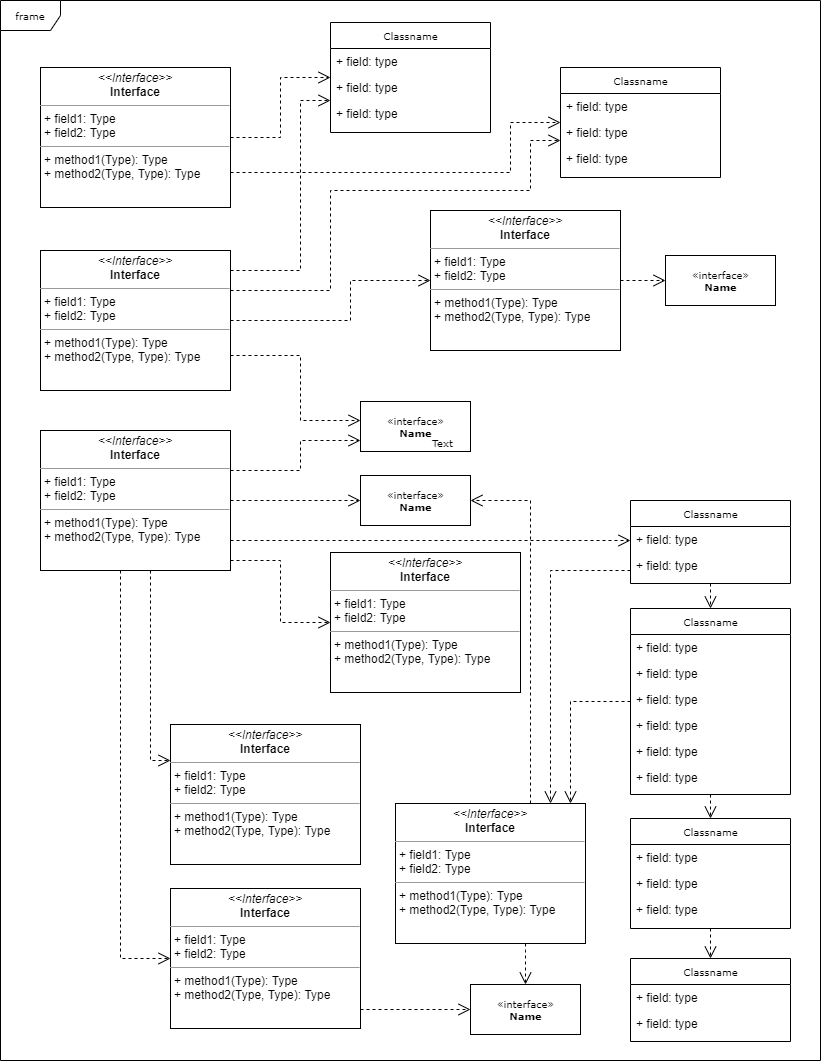
This is концептуальная модель.png from rezelput/TrainOrgnz, a draw.io export, as it was before one commit. Source tidied: cells renumbered, new cells last; positions are measured from the earlier drawing's top-left corner, leaving out a move shared by most shapes.
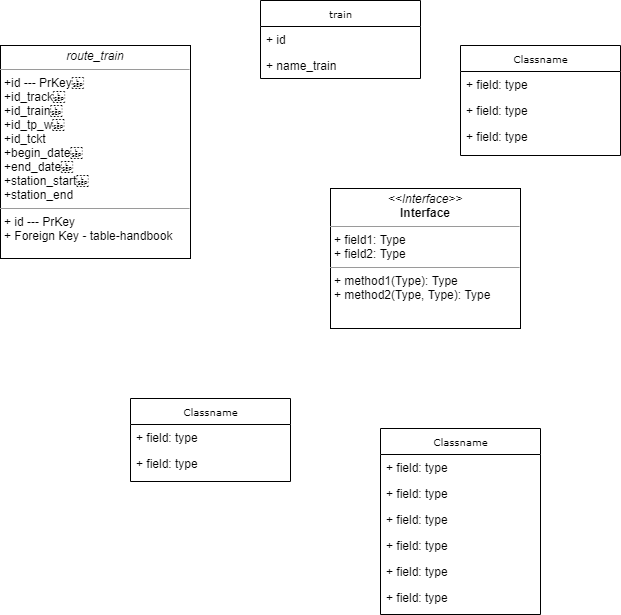
After the commit.

Diff of the diagram source:
```diff
@@ -4,17 +4,4 @@
     <mxCell id="1" parent="0" />
-    <mxCell id="2" value="frame" style="shape=umlFrame;whiteSpace=wrap;html=1;rounded=0;shadow=0;comic=0;labelBackgroundColor=none;strokeWidth=1;fontFamily=Verdana;fontSize=10;align=center;" parent="1" vertex="1">
-      <mxGeometry width="820" height="1060" as="geometry" />
-    </mxCell>
-    <mxCell id="3" style="edgeStyle=orthogonalEdgeStyle;rounded=0;html=1;dashed=1;labelBackgroundColor=none;startFill=0;endArrow=open;endFill=0;endSize=10;fontFamily=Verdana;fontSize=10;" parent="1" edge="1" source="5" target="35">
-      <mxGeometry relative="1" as="geometry">
-        <Array as="points">
-          <mxPoint x="570" y="701" />
-        </Array>
-      </mxGeometry>
-    </mxCell>
-    <mxCell id="4" style="edgeStyle=orthogonalEdgeStyle;rounded=0;html=1;dashed=1;labelBackgroundColor=none;startFill=0;endArrow=open;endFill=0;endSize=10;fontFamily=Verdana;fontSize=10;" parent="1" edge="1" source="5" target="24">
-      <mxGeometry relative="1" as="geometry" />
-    </mxCell>
     <mxCell id="5" value="Classname" style="swimlane;html=1;fontStyle=0;horizontal=1;startSize=26;fillColor=none;swimlaneFillColor=#ffffff;rounded=0;shadow=0;comic=0;labelBackgroundColor=none;strokeWidth=1;fontFamily=Verdana;fontSize=10;align=center;" parent="1" vertex="1">
-      <mxGeometry x="630" y="608" width="160" height="186" as="geometry" />
+      <mxGeometry x="480" y="450" width="160" height="186" as="geometry" />
     </mxCell>
@@ -38,14 +25,11 @@
     </mxCell>
-    <mxCell id="12" value="Classname" style="swimlane;html=1;fontStyle=0;horizontal=1;startSize=26;fillColor=none;swimlaneFillColor=#ffffff;rounded=0;shadow=0;comic=0;labelBackgroundColor=none;strokeWidth=1;fontFamily=Verdana;fontSize=10;align=center;" parent="1" vertex="1">
-      <mxGeometry x="330" y="22" width="160" height="110" as="geometry" />
+    <mxCell id="12" value="train" style="swimlane;html=1;fontStyle=0;horizontal=1;startSize=26;fillColor=none;swimlaneFillColor=#ffffff;rounded=0;shadow=0;comic=0;labelBackgroundColor=none;strokeWidth=1;fontFamily=Verdana;fontSize=10;align=center;" parent="1" vertex="1">
+      <mxGeometry x="360" y="22" width="160" height="78" as="geometry" />
     </mxCell>
-    <mxCell id="13" value="+ field: type" style="text;html=1;strokeColor=none;fillColor=none;align=left;verticalAlign=top;spacingLeft=4;spacingRight=4;whiteSpace=wrap;overflow=hidden;" parent="12" vertex="1">
+    <mxCell id="13" value="+ id" style="text;html=1;strokeColor=none;fillColor=none;align=left;verticalAlign=top;spacingLeft=4;spacingRight=4;whiteSpace=wrap;overflow=hidden;" parent="12" vertex="1">
       <mxGeometry y="26" width="160" height="26" as="geometry" />
     </mxCell>
-    <mxCell id="14" value="+ field: type" style="text;html=1;strokeColor=none;fillColor=none;align=left;verticalAlign=top;spacingLeft=4;spacingRight=4;whiteSpace=wrap;overflow=hidden;" parent="12" vertex="1">
+    <mxCell id="14" value="+ name_train" style="text;html=1;strokeColor=none;fillColor=none;align=left;verticalAlign=top;spacingLeft=4;spacingRight=4;whiteSpace=wrap;overflow=hidden;" parent="12" vertex="1">
       <mxGeometry y="52" width="160" height="26" as="geometry" />
     </mxCell>
-    <mxCell id="15" value="+ field: type" style="text;html=1;strokeColor=none;fillColor=none;align=left;verticalAlign=top;spacingLeft=4;spacingRight=4;whiteSpace=wrap;overflow=hidden;" parent="12" vertex="1">
-      <mxGeometry y="78" width="160" height="26" as="geometry" />
-    </mxCell>
     <mxCell id="16" value="Classname" style="swimlane;html=1;fontStyle=0;horizontal=1;startSize=26;fillColor=none;swimlaneFillColor=#ffffff;rounded=0;shadow=0;comic=0;labelBackgroundColor=none;strokeWidth=1;fontFamily=Verdana;fontSize=10;align=center;" parent="1" vertex="1">
@@ -62,31 +46,4 @@
     </mxCell>
-    <mxCell id="20" value="Classname" style="swimlane;html=1;fontStyle=0;horizontal=1;startSize=26;fillColor=none;swimlaneFillColor=#ffffff;rounded=0;shadow=0;comic=0;labelBackgroundColor=none;strokeWidth=1;fontFamily=Verdana;fontSize=10;align=center;" parent="1" vertex="1">
-      <mxGeometry x="630" y="958" width="160" height="83" as="geometry" />
-    </mxCell>
-    <mxCell id="21" value="+ field: type" style="text;html=1;strokeColor=none;fillColor=none;align=left;verticalAlign=top;spacingLeft=4;spacingRight=4;whiteSpace=wrap;overflow=hidden;" parent="20" vertex="1">
-      <mxGeometry y="26" width="160" height="26" as="geometry" />
-    </mxCell>
-    <mxCell id="22" value="+ field: type" style="text;html=1;strokeColor=none;fillColor=none;align=left;verticalAlign=top;spacingLeft=4;spacingRight=4;whiteSpace=wrap;overflow=hidden;" parent="20" vertex="1">
-      <mxGeometry y="52" width="160" height="26" as="geometry" />
-    </mxCell>
-    <mxCell id="23" style="edgeStyle=orthogonalEdgeStyle;rounded=0;html=1;dashed=1;labelBackgroundColor=none;startFill=0;endArrow=open;endFill=0;endSize=10;fontFamily=Verdana;fontSize=10;" parent="1" edge="1" source="24" target="20">
-      <mxGeometry relative="1" as="geometry" />
-    </mxCell>
-    <mxCell id="24" value="Classname" style="swimlane;html=1;fontStyle=0;horizontal=1;startSize=26;fillColor=none;swimlaneFillColor=#ffffff;rounded=0;shadow=0;comic=0;labelBackgroundColor=none;strokeWidth=1;fontFamily=Verdana;fontSize=10;align=center;" parent="1" vertex="1">
-      <mxGeometry x="630" y="818" width="160" height="110" as="geometry" />
-    </mxCell>
-    <mxCell id="25" value="+ field: type" style="text;html=1;strokeColor=none;fillColor=none;align=left;verticalAlign=top;spacingLeft=4;spacingRight=4;whiteSpace=wrap;overflow=hidden;" parent="24" vertex="1">
-      <mxGeometry y="26" width="160" height="26" as="geometry" />
-    </mxCell>
-    <mxCell id="26" value="+ field: type" style="text;html=1;strokeColor=none;fillColor=none;align=left;verticalAlign=top;spacingLeft=4;spacingRight=4;whiteSpace=wrap;overflow=hidden;" parent="24" vertex="1">
-      <mxGeometry y="52" width="160" height="26" as="geometry" />
-    </mxCell>
-    <mxCell id="27" value="+ field: type" style="text;html=1;strokeColor=none;fillColor=none;align=left;verticalAlign=top;spacingLeft=4;spacingRight=4;whiteSpace=wrap;overflow=hidden;" parent="24" vertex="1">
-      <mxGeometry y="78" width="160" height="26" as="geometry" />
-    </mxCell>
-    <mxCell id="28" style="edgeStyle=orthogonalEdgeStyle;rounded=0;html=1;dashed=1;labelBackgroundColor=none;startFill=0;endArrow=open;endFill=0;endSize=10;fontFamily=Verdana;fontSize=10;" parent="1" edge="1" source="29" target="5">
-      <mxGeometry relative="1" as="geometry" />
-    </mxCell>
     <mxCell id="29" value="Classname" style="swimlane;html=1;fontStyle=0;horizontal=1;startSize=26;fillColor=none;swimlaneFillColor=#ffffff;rounded=0;shadow=0;comic=0;labelBackgroundColor=none;strokeWidth=1;fontFamily=Verdana;fontSize=10;align=center;" parent="1" vertex="1">
-      <mxGeometry x="630" y="500" width="160" height="83" as="geometry" />
+      <mxGeometry x="230" y="420" width="160" height="83" as="geometry" />
     </mxCell>
@@ -98,49 +55,2 @@
     </mxCell>
-    <mxCell id="32" value="&amp;laquo;interface&amp;raquo;&lt;br&gt;&lt;b&gt;Name&lt;/b&gt;" style="html=1;rounded=0;shadow=0;comic=0;labelBackgroundColor=none;strokeWidth=1;fontFamily=Verdana;fontSize=10;align=center;" parent="1" vertex="1">
-      <mxGeometry x="470" y="984" width="110" height="50" as="geometry" />
-    </mxCell>
-    <mxCell id="33" style="edgeStyle=orthogonalEdgeStyle;rounded=0;html=1;dashed=1;labelBackgroundColor=none;startFill=0;endArrow=open;endFill=0;endSize=10;fontFamily=Verdana;fontSize=10;" parent="1" edge="1" source="35" target="32">
-      <mxGeometry relative="1" as="geometry">
-        <Array as="points">
-          <mxPoint x="525" y="950" />
-          <mxPoint x="525" y="950" />
-        </Array>
-      </mxGeometry>
-    </mxCell>
-    <mxCell id="34" style="edgeStyle=orthogonalEdgeStyle;rounded=0;html=1;dashed=1;labelBackgroundColor=none;startFill=0;endArrow=open;endFill=0;endSize=10;fontFamily=Verdana;fontSize=10;" parent="1" edge="1" source="35" target="40">
-      <mxGeometry relative="1" as="geometry">
-        <Array as="points">
-          <mxPoint x="530" y="500" />
-        </Array>
-      </mxGeometry>
-    </mxCell>
-    <mxCell id="35" value="&lt;p style=&quot;margin:0px;margin-top:4px;text-align:center;&quot;&gt;&lt;i&gt;&amp;lt;&amp;lt;Interface&amp;gt;&amp;gt;&lt;/i&gt;&lt;br/&gt;&lt;b&gt;Interface&lt;/b&gt;&lt;/p&gt;&lt;hr size=&quot;1&quot;/&gt;&lt;p style=&quot;margin:0px;margin-left:4px;&quot;&gt;+ field1: Type&lt;br/&gt;+ field2: Type&lt;/p&gt;&lt;hr size=&quot;1&quot;/&gt;&lt;p style=&quot;margin:0px;margin-left:4px;&quot;&gt;+ method1(Type): Type&lt;br/&gt;+ method2(Type, Type): Type&lt;/p&gt;" style="verticalAlign=top;align=left;overflow=fill;fontSize=12;fontFamily=Helvetica;html=1;rounded=0;shadow=0;comic=0;labelBackgroundColor=none;strokeWidth=1;" parent="1" vertex="1">
-      <mxGeometry x="395" y="803" width="190" height="140" as="geometry" />
-    </mxCell>
-    <mxCell id="36" value="&lt;p style=&quot;margin:0px;margin-top:4px;text-align:center;&quot;&gt;&lt;i&gt;&amp;lt;&amp;lt;Interface&amp;gt;&amp;gt;&lt;/i&gt;&lt;br/&gt;&lt;b&gt;Interface&lt;/b&gt;&lt;/p&gt;&lt;hr size=&quot;1&quot;/&gt;&lt;p style=&quot;margin:0px;margin-left:4px;&quot;&gt;+ field1: Type&lt;br/&gt;+ field2: Type&lt;/p&gt;&lt;hr size=&quot;1&quot;/&gt;&lt;p style=&quot;margin:0px;margin-left:4px;&quot;&gt;+ method1(Type): Type&lt;br/&gt;+ method2(Type, Type): Type&lt;/p&gt;" style="verticalAlign=top;align=left;overflow=fill;fontSize=12;fontFamily=Helvetica;html=1;rounded=0;shadow=0;comic=0;labelBackgroundColor=none;strokeWidth=1;" parent="1" vertex="1">
-      <mxGeometry x="330" y="552" width="190" height="140" as="geometry" />
-    </mxCell>
-    <mxCell id="37" style="edgeStyle=orthogonalEdgeStyle;rounded=0;html=1;dashed=1;labelBackgroundColor=none;startFill=0;endArrow=open;endFill=0;endSize=10;fontFamily=Verdana;fontSize=10;" parent="1" edge="1" source="38" target="32">
-      <mxGeometry relative="1" as="geometry">
-        <Array as="points">
-          <mxPoint x="390" y="1009" />
-          <mxPoint x="390" y="1009" />
-        </Array>
-      </mxGeometry>
-    </mxCell>
-    <mxCell id="38" value="&lt;p style=&quot;margin:0px;margin-top:4px;text-align:center;&quot;&gt;&lt;i&gt;&amp;lt;&amp;lt;Interface&amp;gt;&amp;gt;&lt;/i&gt;&lt;br/&gt;&lt;b&gt;Interface&lt;/b&gt;&lt;/p&gt;&lt;hr size=&quot;1&quot;/&gt;&lt;p style=&quot;margin:0px;margin-left:4px;&quot;&gt;+ field1: Type&lt;br/&gt;+ field2: Type&lt;/p&gt;&lt;hr size=&quot;1&quot;/&gt;&lt;p style=&quot;margin:0px;margin-left:4px;&quot;&gt;+ method1(Type): Type&lt;br/&gt;+ method2(Type, Type): Type&lt;/p&gt;" style="verticalAlign=top;align=left;overflow=fill;fontSize=12;fontFamily=Helvetica;html=1;rounded=0;shadow=0;comic=0;labelBackgroundColor=none;strokeWidth=1;" parent="1" vertex="1">
-      <mxGeometry x="170" y="888" width="190" height="140" as="geometry" />
-    </mxCell>
-    <mxCell id="39" value="&lt;p style=&quot;margin:0px;margin-top:4px;text-align:center;&quot;&gt;&lt;i&gt;&amp;lt;&amp;lt;Interface&amp;gt;&amp;gt;&lt;/i&gt;&lt;br/&gt;&lt;b&gt;Interface&lt;/b&gt;&lt;/p&gt;&lt;hr size=&quot;1&quot;/&gt;&lt;p style=&quot;margin:0px;margin-left:4px;&quot;&gt;+ field1: Type&lt;br/&gt;+ field2: Type&lt;/p&gt;&lt;hr size=&quot;1&quot;/&gt;&lt;p style=&quot;margin:0px;margin-left:4px;&quot;&gt;+ method1(Type): Type&lt;br/&gt;+ method2(Type, Type): Type&lt;/p&gt;" style="verticalAlign=top;align=left;overflow=fill;fontSize=12;fontFamily=Helvetica;html=1;rounded=0;shadow=0;comic=0;labelBackgroundColor=none;strokeWidth=1;" parent="1" vertex="1">
-      <mxGeometry x="170" y="724" width="190" height="140" as="geometry" />
-    </mxCell>
-    <mxCell id="40" value="&amp;laquo;interface&amp;raquo;&lt;br&gt;&lt;b&gt;Name&lt;/b&gt;" style="html=1;rounded=0;shadow=0;comic=0;labelBackgroundColor=none;strokeWidth=1;fontFamily=Verdana;fontSize=10;align=center;" parent="1" vertex="1">
-      <mxGeometry x="360" y="475" width="110" height="50" as="geometry" />
-    </mxCell>
-    <mxCell id="41" value="&amp;laquo;interface&amp;raquo;&lt;br&gt;&lt;b&gt;Name&lt;/b&gt;" style="html=1;rounded=0;shadow=0;comic=0;labelBackgroundColor=none;strokeWidth=1;fontFamily=Verdana;fontSize=10;align=center;" parent="1" vertex="1">
-      <mxGeometry x="360" y="401" width="110" height="50" as="geometry" />
-    </mxCell>
-    <mxCell id="42" style="edgeStyle=orthogonalEdgeStyle;rounded=0;html=1;dashed=1;labelBackgroundColor=none;startFill=0;endArrow=open;endFill=0;endSize=10;fontFamily=Verdana;fontSize=10;" parent="1" edge="1" source="43" target="45">
-      <mxGeometry relative="1" as="geometry" />
-    </mxCell>
     <mxCell id="43" value="&lt;p style=&quot;margin:0px;margin-top:4px;text-align:center;&quot;&gt;&lt;i&gt;&amp;lt;&amp;lt;Interface&amp;gt;&amp;gt;&lt;/i&gt;&lt;br/&gt;&lt;b&gt;Interface&lt;/b&gt;&lt;/p&gt;&lt;hr size=&quot;1&quot;/&gt;&lt;p style=&quot;margin:0px;margin-left:4px;&quot;&gt;+ field1: Type&lt;br/&gt;+ field2: Type&lt;/p&gt;&lt;hr size=&quot;1&quot;/&gt;&lt;p style=&quot;margin:0px;margin-left:4px;&quot;&gt;+ method1(Type): Type&lt;br/&gt;+ method2(Type, Type): Type&lt;/p&gt;" style="verticalAlign=top;align=left;overflow=fill;fontSize=12;fontFamily=Helvetica;html=1;rounded=0;shadow=0;comic=0;labelBackgroundColor=none;strokeWidth=1;" parent="1" vertex="1">
@@ -148,110 +58,5 @@
     </mxCell>
-    <mxCell id="44" value="Text" style="text;html=1;align=left;verticalAlign=top;spacingTop=-4;fontSize=10;fontFamily=Verdana;fontColor=#000000;" parent="1" vertex="1">
-      <mxGeometry x="430" y="434" width="40" height="10" as="geometry" />
-    </mxCell>
-    <mxCell id="45" value="&amp;laquo;interface&amp;raquo;&lt;br&gt;&lt;b&gt;Name&lt;/b&gt;" style="html=1;rounded=0;shadow=0;comic=0;labelBackgroundColor=none;strokeWidth=1;fontFamily=Verdana;fontSize=10;align=center;" parent="1" vertex="1">
-      <mxGeometry x="665" y="255" width="110" height="50" as="geometry" />
-    </mxCell>
-    <mxCell id="46" style="edgeStyle=orthogonalEdgeStyle;rounded=0;html=1;labelBackgroundColor=none;startFill=0;endArrow=open;endFill=0;endSize=10;fontFamily=Verdana;fontSize=10;dashed=1;" parent="1" edge="1" source="48" target="12">
-      <mxGeometry relative="1" as="geometry" />
-    </mxCell>
-    <mxCell id="47" style="edgeStyle=orthogonalEdgeStyle;rounded=0;html=1;exitX=1;exitY=0.75;dashed=1;labelBackgroundColor=none;startFill=0;endArrow=open;endFill=0;endSize=10;fontFamily=Verdana;fontSize=10;" parent="1" edge="1" source="48" target="16">
-      <mxGeometry relative="1" as="geometry">
-        <Array as="points">
-          <mxPoint x="510" y="172" />
-          <mxPoint x="510" y="122" />
-        </Array>
-      </mxGeometry>
-    </mxCell>
-    <mxCell id="48" value="&lt;p style=&quot;margin:0px;margin-top:4px;text-align:center;&quot;&gt;&lt;i&gt;&amp;lt;&amp;lt;Interface&amp;gt;&amp;gt;&lt;/i&gt;&lt;br/&gt;&lt;b&gt;Interface&lt;/b&gt;&lt;/p&gt;&lt;hr size=&quot;1&quot;/&gt;&lt;p style=&quot;margin:0px;margin-left:4px;&quot;&gt;+ field1: Type&lt;br/&gt;+ field2: Type&lt;/p&gt;&lt;hr size=&quot;1&quot;/&gt;&lt;p style=&quot;margin:0px;margin-left:4px;&quot;&gt;+ method1(Type): Type&lt;br/&gt;+ method2(Type, Type): Type&lt;/p&gt;" style="verticalAlign=top;align=left;overflow=fill;fontSize=12;fontFamily=Helvetica;html=1;rounded=0;shadow=0;comic=0;labelBackgroundColor=none;strokeWidth=1;" parent="1" vertex="1">
-      <mxGeometry x="40" y="67" width="190" height="140" as="geometry" />
+    <mxCell id="48" value="&lt;p style=&quot;margin: 0px ; margin-top: 4px ; text-align: center&quot;&gt;&lt;i&gt;route_train&lt;/i&gt;&lt;/p&gt;&lt;hr size=&quot;1&quot;&gt;&lt;p style=&quot;margin: 0px ; margin-left: 4px&quot;&gt;+i&lt;span&gt;d --- PrKey &lt;/span&gt;&lt;/p&gt;&lt;p style=&quot;margin: 0px ; margin-left: 4px&quot;&gt;&lt;span&gt;+id_track &lt;/span&gt;&lt;/p&gt;&lt;p style=&quot;margin: 0px ; margin-left: 4px&quot;&gt;&lt;span&gt;+id_train &lt;/span&gt;&lt;/p&gt;&lt;p style=&quot;margin: 0px ; margin-left: 4px&quot;&gt;&lt;span&gt;+id_tp_w &lt;/span&gt;&lt;/p&gt;&lt;p style=&quot;margin: 0px ; margin-left: 4px&quot;&gt;&lt;span&gt;+id_tckt&lt;/span&gt;&lt;/p&gt;&lt;p style=&quot;margin: 0px ; margin-left: 4px&quot;&gt;+begin_date &lt;/p&gt;&lt;p style=&quot;margin: 0px ; margin-left: 4px&quot;&gt;+end_date &lt;/p&gt;&lt;p style=&quot;margin: 0px ; margin-left: 4px&quot;&gt;+station_start &lt;/p&gt;&lt;p style=&quot;margin: 0px ; margin-left: 4px&quot;&gt;+station_end&lt;/p&gt;&lt;hr size=&quot;1&quot;&gt;&lt;p style=&quot;margin: 0px ; margin-left: 4px&quot;&gt;+ id --- PrKey&lt;br&gt;+ Foreign Key - table-handbook&amp;nbsp;&lt;/p&gt;" style="verticalAlign=top;align=left;overflow=fill;fontSize=12;fontFamily=Helvetica;html=1;rounded=0;shadow=0;comic=0;labelBackgroundColor=none;strokeWidth=1;" parent="1" vertex="1">
+      <mxGeometry x="100" y="67" width="190" height="213" as="geometry" />
     </mxCell>
-    <mxCell id="49" style="edgeStyle=orthogonalEdgeStyle;rounded=0;html=1;dashed=1;labelBackgroundColor=none;startFill=0;endArrow=open;endFill=0;endSize=10;fontFamily=Verdana;fontSize=10;" parent="1" edge="1" source="53" target="12">
-      <mxGeometry relative="1" as="geometry">
-        <Array as="points">
-          <mxPoint x="300" y="270" />
-          <mxPoint x="300" y="100" />
-        </Array>
-      </mxGeometry>
-    </mxCell>
-    <mxCell id="50" style="edgeStyle=orthogonalEdgeStyle;rounded=0;html=1;dashed=1;labelBackgroundColor=none;startFill=0;endArrow=open;endFill=0;endSize=10;fontFamily=Verdana;fontSize=10;" parent="1" edge="1" source="53" target="16">
-      <mxGeometry relative="1" as="geometry">
-        <Array as="points">
-          <mxPoint x="330" y="290" />
-          <mxPoint x="330" y="190" />
-          <mxPoint x="530" y="190" />
-          <mxPoint x="530" y="140" />
-        </Array>
-      </mxGeometry>
-    </mxCell>
-    <mxCell id="51" style="edgeStyle=orthogonalEdgeStyle;rounded=0;html=1;dashed=1;labelBackgroundColor=none;startFill=0;endArrow=open;endFill=0;endSize=10;fontFamily=Verdana;fontSize=10;" parent="1" edge="1" source="53" target="43">
-      <mxGeometry relative="1" as="geometry">
-        <Array as="points">
-          <mxPoint x="350" y="320" />
-          <mxPoint x="350" y="280" />
-        </Array>
-      </mxGeometry>
-    </mxCell>
-    <mxCell id="52" style="edgeStyle=orthogonalEdgeStyle;rounded=0;html=1;exitX=1;exitY=0.75;dashed=1;labelBackgroundColor=none;startFill=0;endArrow=open;endFill=0;endSize=10;fontFamily=Verdana;fontSize=10;" parent="1" edge="1" source="53" target="41">
-      <mxGeometry relative="1" as="geometry">
-        <Array as="points">
-          <mxPoint x="300" y="355" />
-          <mxPoint x="300" y="420" />
-        </Array>
-      </mxGeometry>
-    </mxCell>
-    <mxCell id="53" value="&lt;p style=&quot;margin:0px;margin-top:4px;text-align:center;&quot;&gt;&lt;i&gt;&amp;lt;&amp;lt;Interface&amp;gt;&amp;gt;&lt;/i&gt;&lt;br/&gt;&lt;b&gt;Interface&lt;/b&gt;&lt;/p&gt;&lt;hr size=&quot;1&quot;/&gt;&lt;p style=&quot;margin:0px;margin-left:4px;&quot;&gt;+ field1: Type&lt;br/&gt;+ field2: Type&lt;/p&gt;&lt;hr size=&quot;1&quot;/&gt;&lt;p style=&quot;margin:0px;margin-left:4px;&quot;&gt;+ method1(Type): Type&lt;br/&gt;+ method2(Type, Type): Type&lt;/p&gt;" style="verticalAlign=top;align=left;overflow=fill;fontSize=12;fontFamily=Helvetica;html=1;rounded=0;shadow=0;comic=0;labelBackgroundColor=none;strokeWidth=1;" parent="1" vertex="1">
-      <mxGeometry x="40" y="250" width="190" height="140" as="geometry" />
-    </mxCell>
-    <mxCell id="54" style="edgeStyle=orthogonalEdgeStyle;rounded=0;html=1;dashed=1;labelBackgroundColor=none;startFill=0;endArrow=open;endFill=0;endSize=10;fontFamily=Verdana;fontSize=10;" parent="1" edge="1" source="60" target="41">
-      <mxGeometry relative="1" as="geometry">
-        <Array as="points">
-          <mxPoint x="300" y="470" />
-          <mxPoint x="300" y="440" />
-        </Array>
-      </mxGeometry>
-    </mxCell>
-    <mxCell id="55" style="edgeStyle=orthogonalEdgeStyle;rounded=0;html=1;dashed=1;labelBackgroundColor=none;startFill=0;endArrow=open;endFill=0;endSize=10;fontFamily=Verdana;fontSize=10;" parent="1" edge="1" source="60" target="40">
-      <mxGeometry relative="1" as="geometry" />
-    </mxCell>
-    <mxCell id="56" style="edgeStyle=orthogonalEdgeStyle;rounded=0;html=1;dashed=1;labelBackgroundColor=none;startFill=0;endArrow=open;endFill=0;endSize=10;fontFamily=Verdana;fontSize=10;" parent="1" edge="1" source="60" target="36">
-      <mxGeometry relative="1" as="geometry">
-        <Array as="points">
-          <mxPoint x="280" y="560" />
-          <mxPoint x="280" y="622" />
-        </Array>
-      </mxGeometry>
-    </mxCell>
-    <mxCell id="57" style="edgeStyle=orthogonalEdgeStyle;rounded=0;html=1;dashed=1;labelBackgroundColor=none;startFill=0;endArrow=open;endFill=0;endSize=10;fontFamily=Verdana;fontSize=10;" parent="1" edge="1" source="60" target="29">
-      <mxGeometry relative="1" as="geometry">
-        <Array as="points">
-          <mxPoint x="330" y="540" />
-          <mxPoint x="330" y="540" />
-        </Array>
-      </mxGeometry>
-    </mxCell>
-    <mxCell id="58" style="edgeStyle=orthogonalEdgeStyle;rounded=0;html=1;dashed=1;labelBackgroundColor=none;startFill=0;endArrow=open;endFill=0;endSize=10;fontFamily=Verdana;fontSize=10;" parent="1" edge="1" source="60" target="39">
-      <mxGeometry relative="1" as="geometry">
-        <Array as="points">
-          <mxPoint x="150" y="760" />
-        </Array>
-      </mxGeometry>
-    </mxCell>
-    <mxCell id="59" style="edgeStyle=orthogonalEdgeStyle;rounded=0;html=1;dashed=1;labelBackgroundColor=none;startFill=0;endArrow=open;endFill=0;endSize=10;fontFamily=Verdana;fontSize=10;" parent="1" edge="1" source="60" target="38">
-      <mxGeometry relative="1" as="geometry">
-        <Array as="points">
-          <mxPoint x="120" y="958" />
-        </Array>
-      </mxGeometry>
-    </mxCell>
-    <mxCell id="60" value="&lt;p style=&quot;margin:0px;margin-top:4px;text-align:center;&quot;&gt;&lt;i&gt;&amp;lt;&amp;lt;Interface&amp;gt;&amp;gt;&lt;/i&gt;&lt;br/&gt;&lt;b&gt;Interface&lt;/b&gt;&lt;/p&gt;&lt;hr size=&quot;1&quot;/&gt;&lt;p style=&quot;margin:0px;margin-left:4px;&quot;&gt;+ field1: Type&lt;br/&gt;+ field2: Type&lt;/p&gt;&lt;hr size=&quot;1&quot;/&gt;&lt;p style=&quot;margin:0px;margin-left:4px;&quot;&gt;+ method1(Type): Type&lt;br/&gt;+ method2(Type, Type): Type&lt;/p&gt;" style="verticalAlign=top;align=left;overflow=fill;fontSize=12;fontFamily=Helvetica;html=1;rounded=0;shadow=0;comic=0;labelBackgroundColor=none;strokeWidth=1;" parent="1" vertex="1">
-      <mxGeometry x="40" y="430" width="190" height="140" as="geometry" />
-    </mxCell>
-    <mxCell id="61" style="edgeStyle=orthogonalEdgeStyle;rounded=0;html=1;dashed=1;labelBackgroundColor=none;startFill=0;endArrow=open;endFill=0;endSize=10;fontFamily=Verdana;fontSize=10;" parent="1" edge="1" source="29" target="35">
-      <mxGeometry relative="1" as="geometry">
-        <Array as="points">
-          <mxPoint x="550" y="570" />
-        </Array>
-      </mxGeometry>
-    </mxCell>
   </root>
```
